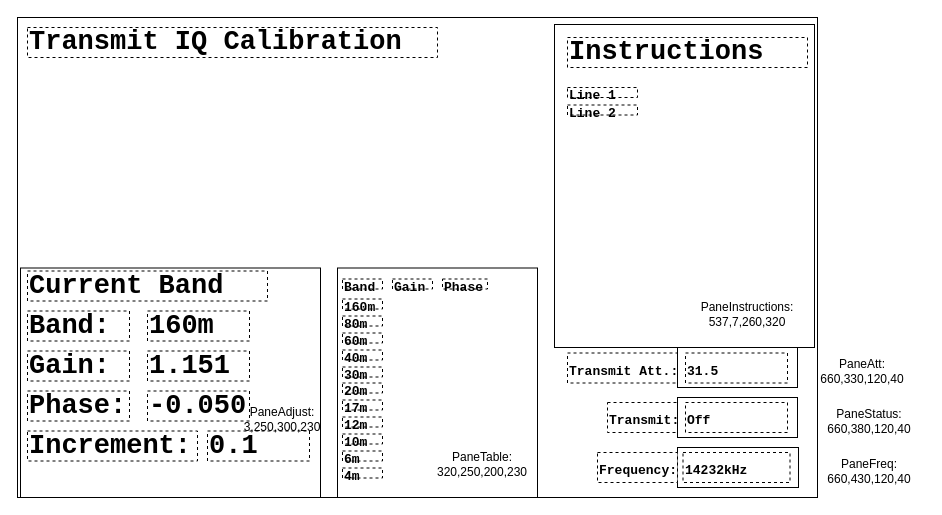
KI3P/Phoenix keeps this draw.io diagram as page "Transmit IQ Cal" (4 of 7) of code/docs/window_panes.drawio. Above is the earlier version. Source tidied: cells renumbered, new cells numbered last; positions are measured from the earlier drawing's top-left corner, leaving out a move shared by most shapes. Both pictures are drawn from the tidied source at 100%, with x=0, y=0 at pixel (17, 17).
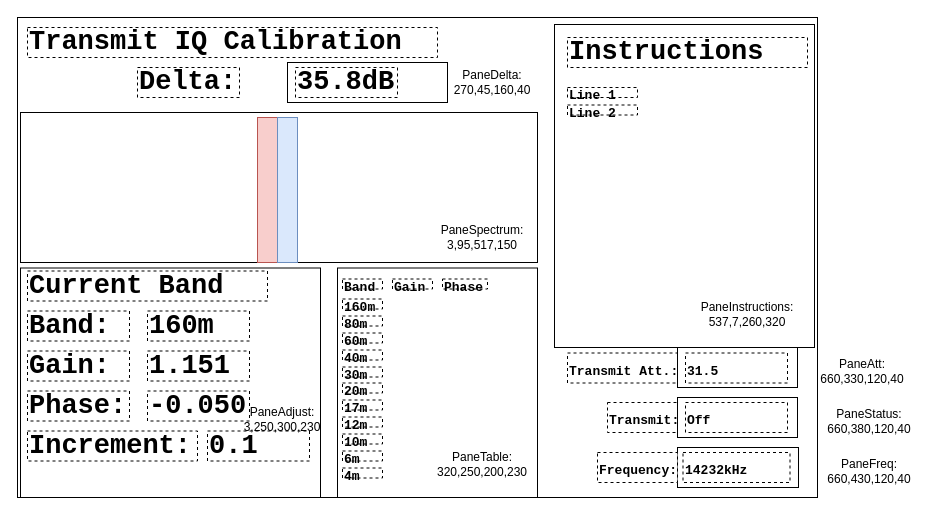
Above is the later version.

Change to the diagram source:
```diff
@@
+    <mxCell id="48" style="rounded=0;whiteSpace=wrap;html=1;" parent="1" vertex="1">
+      <mxGeometry x="270" y="45" width="160" height="40" as="geometry" />
+    </mxCell>
+    <mxCell id="49" style="rounded=0;whiteSpace=wrap;html=1;" parent="1" vertex="1">
+      <mxGeometry x="3" y="95" width="517" height="150" as="geometry" />
+    </mxCell>
+    <mxCell id="50" style="rounded=0;whiteSpace=wrap;html=1;strokeColor=#b85450;fillColor=#f8cecc;" parent="1" vertex="1">
+      <mxGeometry x="240" y="100" width="20" height="145" as="geometry" />
+    </mxCell>
+    <mxCell id="51" style="rounded=0;whiteSpace=wrap;html=1;strokeColor=#6c8ebf;fillColor=#dae8fc;" parent="1" vertex="1">
+      <mxGeometry x="260" y="100" width="20" height="145" as="geometry" />
+    </mxCell>
+    <mxCell id="52" value="Delta:" style="rounded=0;whiteSpace=wrap;html=1;fontFamily=Courier New;fontSize=27;fontStyle=1;align=left;dashed=1;" parent="1" vertex="1">
+      <mxGeometry x="120" y="50" width="102" height="30" as="geometry" />
+    </mxCell>
+    <mxCell id="53" value="35.8dB" style="rounded=0;whiteSpace=wrap;html=1;fontFamily=Courier New;fontSize=27;fontStyle=1;align=left;dashed=1;" parent="1" vertex="1">
+      <mxGeometry x="278" y="50" width="102" height="30" as="geometry" />
+    </mxCell>
+    <mxCell id="54" value="PaneDelta: 270,45,160,40" style="text;html=1;whiteSpace=wrap;strokeColor=none;fillColor=none;align=center;verticalAlign=middle;rounded=0;" parent="1" vertex="1">
+      <mxGeometry x="420" y="40" width="110" height="50" as="geometry" />
+    </mxCell>
+    <mxCell id="55" value="PaneSpectrum: 3,95,517,150" style="text;html=1;whiteSpace=wrap;strokeColor=none;fillColor=none;align=center;verticalAlign=middle;rounded=0;" parent="1" vertex="1">
+      <mxGeometry x="410" y="195" width="110" height="50" as="geometry" />
+    </mxCell>
```
